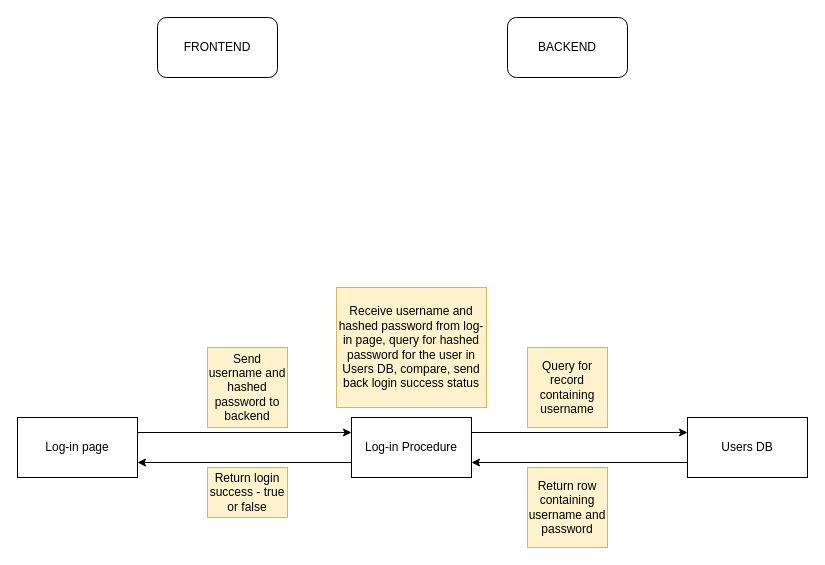
The draw.io diagram design.drawio in michrus/label-power, before the edit. Source tidied: cells renumbered, new cells numbered last; positions are measured from the earlier drawing's top-left corner, leaving out a move shared by most shapes. Both pictures are drawn from the tidied source at 100%, with x=0, y=0 at pixel (17, 17).
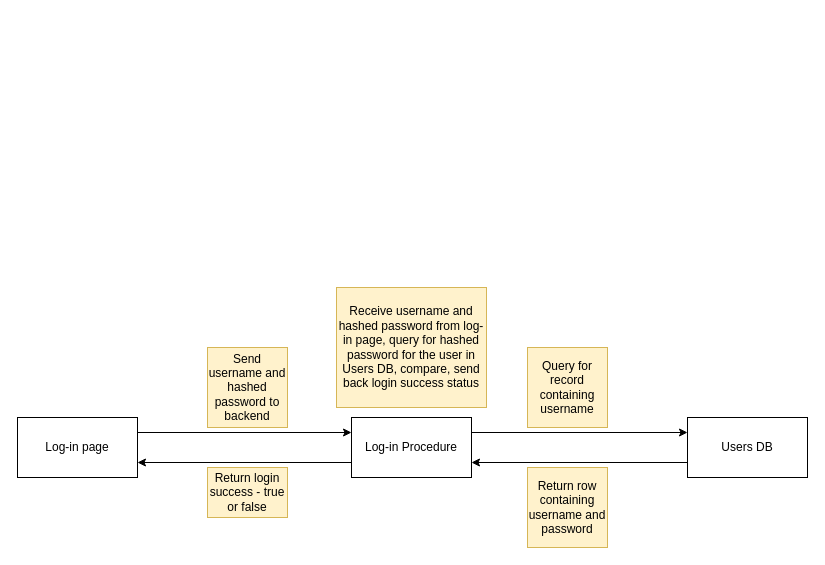
Above is the later version.

The edit, as a diff of the source:
```diff
@@
 <mxGraphModel>
   <root>
     <mxCell id="0" />
     <mxCell id="1" parent="0" />
-    <mxCell id="2" value="FRONTEND" style="rounded=1;whiteSpace=wrap;html=1;" parent="1" vertex="1">
-      <mxGeometry x="140" width="120" height="60" as="geometry" />
-    </mxCell>
-    <mxCell id="3" value="BACKEND" style="rounded=1;whiteSpace=wrap;html=1;" parent="1" vertex="1">
-      <mxGeometry x="490" width="120" height="60" as="geometry" />
-    </mxCell>
     <mxCell id="4" style="edgeStyle=orthogonalEdgeStyle;rounded=0;jettySize=auto;html=1;exitX=1;exitY=0.25;exitDx=0;exitDy=0;entryX=0;entryY=0.25;entryDx=0;entryDy=0;" parent="1" edge="1" source="5" target="10">
       <mxGeometry relative="1" as="geometry" />
     </mxCell>
     <mxCell id="5" value="Log-in page" style="rounded=0;whiteSpace=wrap;html=1;" parent="1" vertex="1">
       <mxGeometry y="400" width="120" height="60" as="geometry" />
     </mxCell>
     <mxCell id="6" style="edgeStyle=orthogonalEdgeStyle;rounded=0;jettySize=auto;html=1;exitX=0;exitY=0.75;exitDx=0;exitDy=0;entryX=1;entryY=0.75;entryDx=0;entryDy=0;" parent="1" edge="1" source="7" target="10">
       <mxGeometry relative="1" as="geometry" />
     </mxCell>
     <mxCell id="7" value="Users DB" style="rounded=0;whiteSpace=wrap;html=1;" parent="1" vertex="1">
       <mxGeometry x="670" y="400" width="120" height="60" as="geometry" />
     </mxCell>
     <mxCell id="8" style="edgeStyle=orthogonalEdgeStyle;rounded=0;jettySize=auto;html=1;exitX=1;exitY=0.25;exitDx=0;exitDy=0;entryX=0;entryY=0.25;entryDx=0;entryDy=0;" parent="1" edge="1" source="10" target="7">
       <mxGeometry relative="1" as="geometry" />
     </mxCell>
     <mxCell id="9" style="edgeStyle=orthogonalEdgeStyle;rounded=0;jettySize=auto;html=1;exitX=0;exitY=0.75;exitDx=0;exitDy=0;entryX=1;entryY=0.75;entryDx=0;entryDy=0;" parent="1" edge="1" source="10" target="5">
       <mxGeometry relative="1" as="geometry" />
     </mxCell>
     <mxCell id="10" value="Log-in Procedure" style="rounded=0;whiteSpace=wrap;html=1;" parent="1" vertex="1">
       <mxGeometry x="334" y="400" width="120" height="60" as="geometry" />
     </mxCell>
     <mxCell id="11" value="&lt;div&gt;Send username and hashed password to backend&lt;br&gt;&lt;/div&gt;" style="rounded=0;whiteSpace=wrap;html=1;fillColor=#fff2cc;strokeColor=#d6b656;align=center;" parent="1" vertex="1">
       <mxGeometry x="190" y="330" width="80" height="80" as="geometry" />
     </mxCell>
     <mxCell id="12" value="Return login success - true or false" style="rounded=0;whiteSpace=wrap;html=1;fillColor=#fff2cc;strokeColor=#d6b656;" parent="1" vertex="1">
       <mxGeometry x="190" y="450" width="80" height="50" as="geometry" />
     </mxCell>
     <mxCell id="13" value="Query for record containing username" style="rounded=0;whiteSpace=wrap;html=1;fillColor=#fff2cc;strokeColor=#d6b656;" parent="1" vertex="1">
       <mxGeometry x="510" y="330" width="80" height="80" as="geometry" />
     </mxCell>
     <mxCell id="14" value="Return row containing username and password" style="rounded=0;whiteSpace=wrap;html=1;fillColor=#fff2cc;strokeColor=#d6b656;" parent="1" vertex="1">
       <mxGeometry x="510" y="450" width="80" height="80" as="geometry" />
     </mxCell>
     <mxCell id="15" value="Receive username and hashed password from log-in page, query for hashed password for the user in Users DB, compare, send back login success status" style="rounded=0;whiteSpace=wrap;html=1;fillColor=#fff2cc;strokeColor=#d6b656;" parent="1" vertex="1">
       <mxGeometry x="319" y="270" width="150" height="120" as="geometry" />
     </mxCell>
   </root>
 </mxGraphModel>
```
